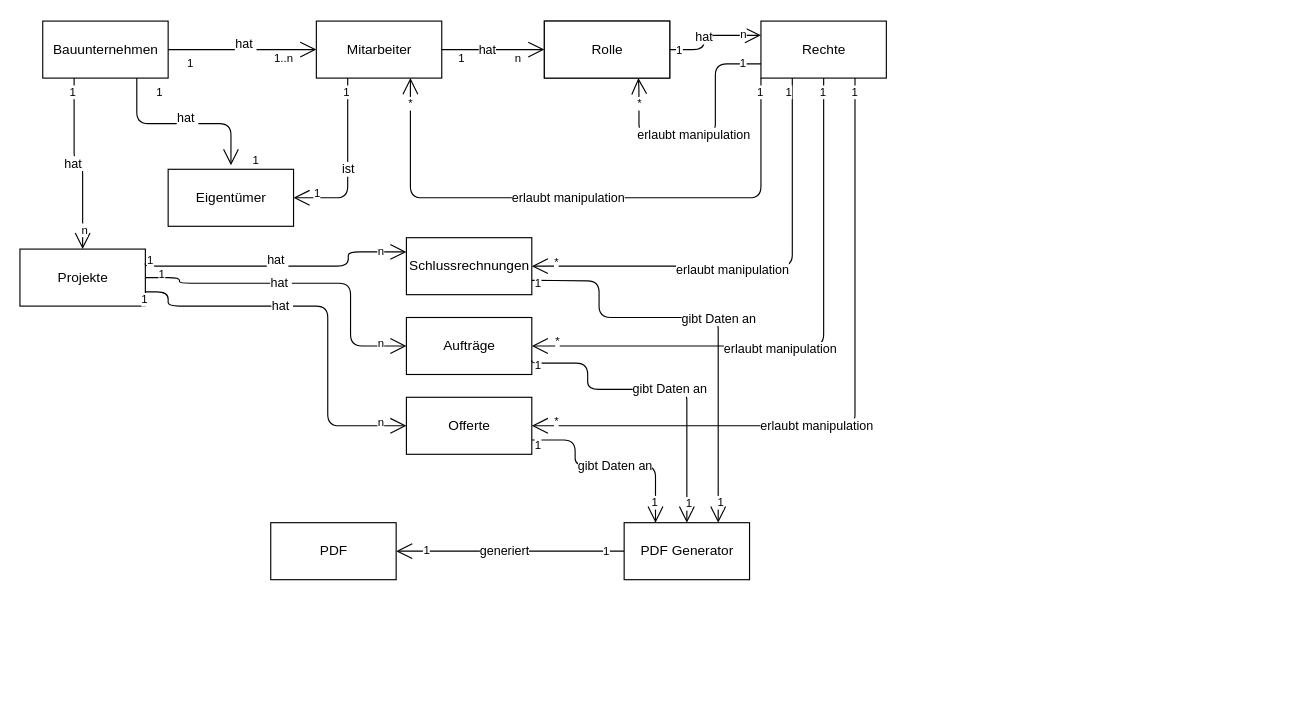
This is Domain model.drawio from UnifiedCalculation/UniCalc_doc, a draw.io file, before an edit. Source tidied: cells renumbered, new cells numbered last; positions are measured from the earlier drawing's top-left corner, leaving out a move shared by most shapes. Both pictures are drawn from the tidied source at 114%, with x=0, y=0 at pixel (19, 21).
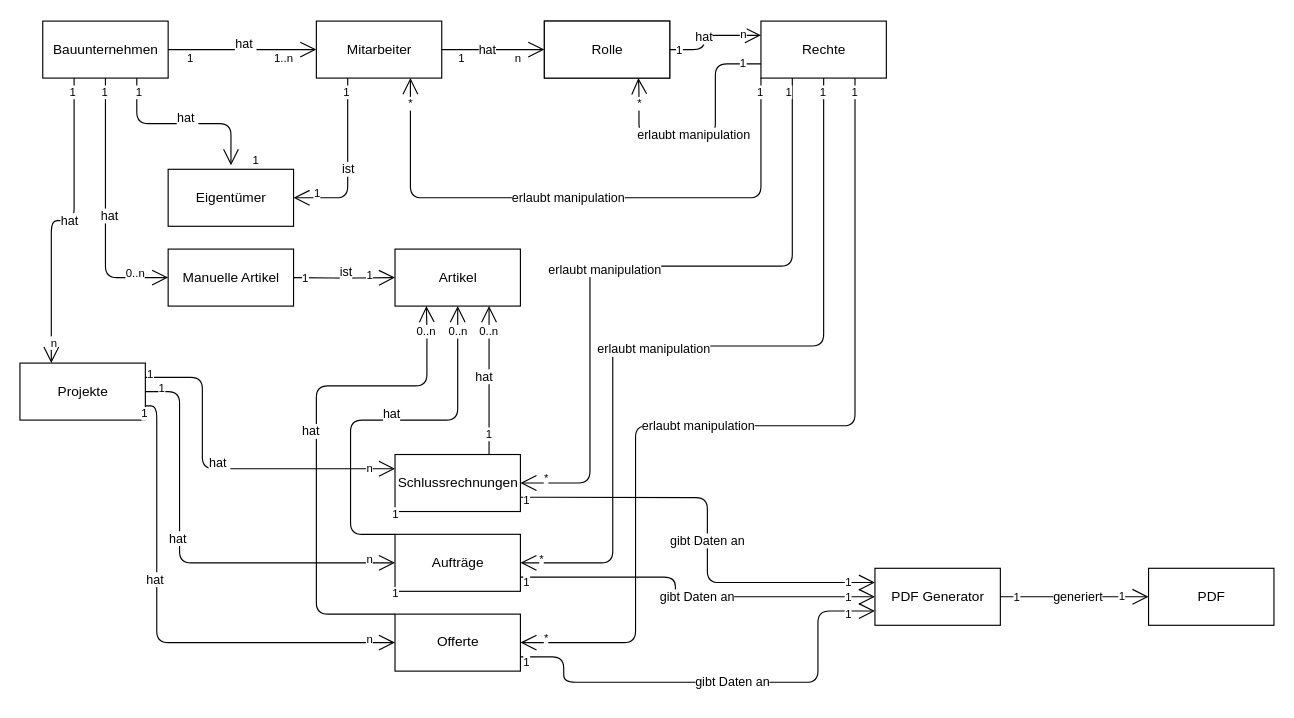
After the change.

Unchanged cells that the change refers to:
```xml
<mxCell id="2" value="Bauunternehmen" style="html=1;" parent="1" vertex="1">
  <mxGeometry x="20" width="110" height="50" as="geometry" />
</mxCell>
<mxCell id="4" value="hat&amp;nbsp;" style="endArrow=open;html=1;endSize=12;startArrow=none;startSize=14;startFill=0;edgeStyle=orthogonalEdgeStyle;exitX=0.75;exitY=1;exitDx=0;exitDy=0;entryX=0.501;entryY=-0.069;entryDx=0;entryDy=0;entryPerimeter=0;" parent="1" edge="1" source="2" target="3">
  <mxGeometry x="0.05" y="5" relative="1" as="geometry" />
</mxCell>
<mxCell id="8" value="hat&amp;nbsp;" style="endArrow=open;html=1;endSize=12;startArrow=none;startSize=14;startFill=0;edgeStyle=orthogonalEdgeStyle;exitX=1;exitY=0.5;exitDx=0;exitDy=0;entryX=0;entryY=0.5;entryDx=0;entryDy=0;" parent="1" edge="1" source="2" target="7">
  <mxGeometry x="0.05" y="5" relative="1" as="geometry" />
</mxCell>
<mxCell id="37" value="Rechte" style="html=1;" parent="1" vertex="1">
  <mxGeometry x="650" width="110" height="50" as="geometry" />
</mxCell>
```

Change to the diagram source:
```diff
@@
     <mxCell id="5" value="1" style="html=1;align=left;verticalAlign=top;labelBackgroundColor=#ffffff;fontSize=10;" parent="4" vertex="1">
       <mxGeometry x="-1" relative="1" as="geometry">
-        <mxPoint x="15" as="offset" />
+        <mxPoint x="-2.5" as="offset" />
       </mxGeometry>
     </mxCell>
@@
     <mxCell id="9" value="1" style="html=1;align=left;verticalAlign=top;labelBackgroundColor=#ffffff;fontSize=10;" parent="8" vertex="1">
       <mxGeometry x="-1" relative="1" as="geometry">
-        <mxPoint x="15" as="offset" />
+        <mxPoint x="15" y="-5" as="offset" />
       </mxGeometry>
     </mxCell>
@@
     <mxCell id="18" value="Projekte" style="html=1;" parent="1" vertex="1">
-      <mxGeometry y="200" width="110" height="50" as="geometry" />
+      <mxGeometry y="300" width="110" height="50" as="geometry" />
     </mxCell>
-    <mxCell id="19" value="hat&amp;nbsp;" style="endArrow=open;html=1;endSize=12;startArrow=none;startSize=14;startFill=0;edgeStyle=orthogonalEdgeStyle;exitX=0.25;exitY=1;exitDx=0;exitDy=0;entryX=0.5;entryY=0;entryDx=0;entryDy=0;" parent="1" edge="1" source="2" target="18">
-      <mxGeometry x="-0.05" relative="1" as="geometry" />
+    <mxCell id="19" value="hat&amp;nbsp;" style="endArrow=open;html=1;endSize=12;startArrow=none;startSize=14;startFill=0;edgeStyle=orthogonalEdgeStyle;exitX=0.25;exitY=1;exitDx=0;exitDy=0;entryX=0.25;entryY=0;entryDx=0;entryDy=0;" parent="1" edge="1" source="2" target="18">
+      <mxGeometry x="-0.05" relative="1" as="geometry">
+        <Array as="points">
+          <mxPoint x="47" y="175" />
+          <mxPoint x="28" y="175" />
+          <mxPoint x="28" y="300" />
+        </Array>
+      </mxGeometry>
     </mxCell>
@@
     <mxCell id="22" value="Offerte" style="html=1;" parent="1" vertex="1">
-      <mxGeometry x="339" y="330" width="110" height="50" as="geometry" />
+      <mxGeometry x="329" y="520.2" width="110" height="50" as="geometry" />
     </mxCell>
     <mxCell id="23" value="hat&amp;nbsp;" style="endArrow=open;html=1;endSize=12;startArrow=none;startSize=14;startFill=0;edgeStyle=orthogonalEdgeStyle;entryX=0;entryY=0.5;entryDx=0;entryDy=0;exitX=1;exitY=0.75;exitDx=0;exitDy=0;" parent="1" edge="1" source="18" target="22">
       <mxGeometry x="-0.24" relative="1" as="geometry">
         <Array as="points">
-          <mxPoint x="130" y="238" />
-          <mxPoint x="130" y="250" />
-          <mxPoint x="270" y="250" />
-          <mxPoint x="270" y="355" />
+          <mxPoint x="120" y="337" />
+          <mxPoint x="120" y="545" />
         </Array>
       </mxGeometry>
     </mxCell>
@@
     <mxCell id="26" value="Aufträge" style="html=1;" parent="1" vertex="1">
-      <mxGeometry x="339" y="260" width="110" height="50" as="geometry" />
+      <mxGeometry x="329" y="450.2" width="110" height="50" as="geometry" />
     </mxCell>
     <mxCell id="27" value="hat&amp;nbsp;" style="endArrow=open;html=1;endSize=12;startArrow=none;startSize=14;startFill=0;edgeStyle=orthogonalEdgeStyle;entryX=0;entryY=0.5;entryDx=0;entryDy=0;exitX=1;exitY=0.5;exitDx=0;exitDy=0;" parent="1" edge="1" source="18" target="26">
       <mxGeometry x="-0.14" relative="1" as="geometry">
         <Array as="points">
-          <mxPoint x="140" y="225" />
-          <mxPoint x="140" y="230" />
-          <mxPoint x="290" y="230" />
-          <mxPoint x="290" y="285" />
+          <mxPoint x="140" y="325" />
+          <mxPoint x="140" y="475" />
         </Array>
       </mxGeometry>
     </mxCell>
@@
     <mxCell id="30" value="Schlussrechnungen" style="html=1;" parent="1" vertex="1">
-      <mxGeometry x="339" y="190" width="110" height="50" as="geometry" />
+      <mxGeometry x="329" y="380.2" width="110" height="50" as="geometry" />
     </mxCell>
-    <mxCell id="31" value="hat&amp;nbsp;" style="endArrow=open;html=1;endSize=12;startArrow=none;startSize=14;startFill=0;edgeStyle=orthogonalEdgeStyle;entryX=0;entryY=0.25;entryDx=0;entryDy=0;exitX=1;exitY=0.25;exitDx=0;exitDy=0;" parent="1" edge="1" source="18" target="30">
+    <mxCell id="31" value="hat&amp;nbsp;" style="endArrow=open;html=1;endSize=12;startArrow=none;startSize=14;startFill=0;edgeStyle=orthogonalEdgeStyle;exitX=1;exitY=0.25;exitDx=0;exitDy=0;entryX=0;entryY=0.25;entryDx=0;entryDy=0;" parent="1" edge="1" source="18" target="30">
       <mxGeometry x="-0.03" y="5" relative="1" as="geometry">
         <Array as="points">
-          <mxPoint x="110" y="215" />
-          <mxPoint x="288" y="215" />
-          <mxPoint x="288" y="202" />
-          <mxPoint x="339" y="202" />
+          <mxPoint x="160" y="312" />
+          <mxPoint x="160" y="393" />
         </Array>
       </mxGeometry>
     </mxCell>
@@
     <mxCell id="34" value="erlaubt manipulation" style="endArrow=open;html=1;endSize=12;startArrow=none;startSize=14;startFill=0;edgeStyle=orthogonalEdgeStyle;exitX=0.25;exitY=1;exitDx=0;exitDy=0;entryX=1;entryY=0.5;entryDx=0;entryDy=0;" parent="1" edge="1" source="37" target="30">
       <mxGeometry x="0.11" y="3" relative="1" as="geometry">
         <Array as="points">
-          <mxPoint x="677" y="215" />
+          <mxPoint x="678" y="215" />
+          <mxPoint x="500" y="215" />
+          <mxPoint x="500" y="405" />
         </Array>
       </mxGeometry>
     </mxCell>
@@
-    <mxCell id="42" value="erlaubt manipulation" style="endArrow=open;html=1;endSize=12;startArrow=none;startSize=14;startFill=0;edgeStyle=orthogonalEdgeStyle;exitX=0.5;exitY=1;exitDx=0;exitDy=0;" parent="1" edge="1" source="37">
+    <mxCell id="42" value="erlaubt manipulation" style="endArrow=open;html=1;endSize=12;startArrow=none;startSize=14;startFill=0;edgeStyle=orthogonalEdgeStyle;exitX=0.5;exitY=1;exitDx=0;exitDy=0;entryX=1;entryY=0.5;entryDx=0;entryDy=0;" parent="1" edge="1" source="37" target="26">
       <mxGeometry x="0.11" y="3" relative="1" as="geometry">
-        <mxPoint x="449" y="285" as="targetPoint" />
         <Array as="points">
           <mxPoint x="705" y="285" />
+          <mxPoint x="520" y="285" />
+          <mxPoint x="520" y="475" />
         </Array>
       </mxGeometry>
     </mxCell>
@@
     <mxCell id="44" value="*" style="html=1;align=right;verticalAlign=top;labelBackgroundColor=#ffffff;fontSize=10;" parent="42" vertex="1">
       <mxGeometry x="1" relative="1" as="geometry">
-        <mxPoint x="24.9" y="-16.5" as="offset" />
+        <mxPoint x="21.2" y="-15.2" as="offset" />
       </mxGeometry>
     </mxCell>
     <mxCell id="45" value="erlaubt manipulation" style="endArrow=open;html=1;endSize=12;startArrow=none;startSize=14;startFill=0;edgeStyle=orthogonalEdgeStyle;exitX=0.75;exitY=1;exitDx=0;exitDy=0;entryX=1;entryY=0.5;entryDx=0;entryDy=0;" parent="1" edge="1" source="37" target="22">
       <mxGeometry x="0.04" y="-33" relative="1" as="geometry">
         <Array as="points">
           <mxPoint x="733" y="355" />
+          <mxPoint x="540" y="355" />
+          <mxPoint x="540" y="545" />
         </Array>
         <mxPoint x="-33" y="33" as="offset" />
       </mxGeometry>
     </mxCell>
@@
     <mxCell id="48" value="PDF" style="html=1;" parent="1" vertex="1">
-      <mxGeometry x="220" y="440" width="110" height="50" as="geometry" />
+      <mxGeometry x="990" y="480" width="110" height="50" as="geometry" />
     </mxCell>
     <mxCell id="49" value="PDF Generator" style="html=1;" parent="1" vertex="1">
-      <mxGeometry x="530" y="440" width="110" height="50" as="geometry" />
+      <mxGeometry x="750" y="480" width="110" height="50" as="geometry" />
     </mxCell>
-    <mxCell id="50" value="gibt Daten an" style="endArrow=open;html=1;endSize=12;startArrow=none;startSize=14;startFill=0;edgeStyle=orthogonalEdgeStyle;exitX=1;exitY=0.75;exitDx=0;exitDy=0;entryX=0.25;entryY=0;entryDx=0;entryDy=0;" parent="1" edge="1" source="22" target="49">
+    <mxCell id="50" value="gibt Daten an" style="endArrow=open;html=1;endSize=12;startArrow=none;startSize=14;startFill=0;edgeStyle=orthogonalEdgeStyle;exitX=1;exitY=0.75;exitDx=0;exitDy=0;entryX=0;entryY=0.75;entryDx=0;entryDy=0;" parent="1" edge="1" source="22" target="49">
       <mxGeometry x="0.05" relative="1" as="geometry">
         <Array as="points">
-          <mxPoint x="487" y="367" />
-          <mxPoint x="487" y="390" />
-          <mxPoint x="557" y="390" />
+          <mxPoint x="477" y="558" />
+          <mxPoint x="477" y="580" />
+          <mxPoint x="700" y="580" />
+          <mxPoint x="700" y="518" />
         </Array>
       </mxGeometry>
     </mxCell>
@@
     <mxCell id="52" value="1" style="html=1;align=right;verticalAlign=top;labelBackgroundColor=#ffffff;fontSize=10;" parent="50" vertex="1">
       <mxGeometry x="1" relative="1" as="geometry">
-        <mxPoint x="2.5" y="-30" as="offset" />
+        <mxPoint x="-19.9" y="-9.5" as="offset" />
       </mxGeometry>
     </mxCell>
-    <mxCell id="53" value="gibt Daten an" style="endArrow=open;html=1;endSize=12;startArrow=none;startSize=14;startFill=0;edgeStyle=orthogonalEdgeStyle;exitX=1;exitY=0.75;exitDx=0;exitDy=0;entryX=0.5;entryY=0;entryDx=0;entryDy=0;" parent="1" edge="1" source="26" target="49">
+    <mxCell id="53" value="gibt Daten an" style="endArrow=open;html=1;endSize=12;startArrow=none;startSize=14;startFill=0;edgeStyle=orthogonalEdgeStyle;exitX=1;exitY=0.75;exitDx=0;exitDy=0;entryX=0;entryY=0.5;entryDx=0;entryDy=0;" parent="1" edge="1" source="26" target="49">
       <mxGeometry x="0.05" relative="1" as="geometry">
         <Array as="points">
-          <mxPoint x="449" y="300" />
-          <mxPoint x="498" y="300" />
-          <mxPoint x="498" y="323" />
-          <mxPoint x="585" y="323" />
+          <mxPoint x="575" y="488" />
+          <mxPoint x="575" y="505" />
         </Array>
       </mxGeometry>
     </mxCell>
@@
     <mxCell id="55" value="1" style="html=1;align=right;verticalAlign=top;labelBackgroundColor=#ffffff;fontSize=10;" parent="53" vertex="1">
       <mxGeometry x="1" relative="1" as="geometry">
-        <mxPoint x="5" y="-30" as="offset" />
+        <mxPoint x="-20.1" y="-12" as="offset" />
       </mxGeometry>
     </mxCell>
-    <mxCell id="56" value="gibt Daten an" style="endArrow=open;html=1;endSize=12;startArrow=none;startSize=14;startFill=0;edgeStyle=orthogonalEdgeStyle;entryX=0.75;entryY=0;entryDx=0;entryDy=0;exitX=1;exitY=0.75;exitDx=0;exitDy=0;" parent="1" edge="1" source="30" target="49">
+    <mxCell id="56" value="gibt Daten an" style="endArrow=open;html=1;endSize=12;startArrow=none;startSize=14;startFill=0;edgeStyle=orthogonalEdgeStyle;entryX=0;entryY=0.25;entryDx=0;entryDy=0;exitX=1;exitY=0.75;exitDx=0;exitDy=0;" parent="1" edge="1" source="30" target="49">
       <mxGeometry x="0.05" relative="1" as="geometry">
         <Array as="points">
-          <mxPoint x="459" y="228" />
-          <mxPoint x="508" y="228" />
-          <mxPoint x="508" y="260" />
-          <mxPoint x="613" y="260" />
-          <mxPoint x="613" y="440" />
+          <mxPoint x="449" y="418" />
+          <mxPoint x="498" y="418" />
+          <mxPoint x="603" y="418" />
+          <mxPoint x="603" y="493" />
         </Array>
       </mxGeometry>
     </mxCell>
@@
     <mxCell id="58" value="1" style="html=1;align=right;verticalAlign=top;labelBackgroundColor=#ffffff;fontSize=10;" parent="56" vertex="1">
       <mxGeometry x="1" relative="1" as="geometry">
-        <mxPoint x="5" y="-30" as="offset" />
+        <mxPoint x="-20.2" y="-12.5" as="offset" />
       </mxGeometry>
     </mxCell>
-    <mxCell id="59" value="generiert" style="endArrow=open;html=1;endSize=12;startArrow=none;startSize=14;startFill=0;edgeStyle=orthogonalEdgeStyle;exitX=0;exitY=0.5;exitDx=0;exitDy=0;entryX=1;entryY=0.5;entryDx=0;entryDy=0;" parent="1" edge="1" source="49" target="48">
+    <mxCell id="59" value="generiert" style="endArrow=open;html=1;endSize=12;startArrow=none;startSize=14;startFill=0;edgeStyle=orthogonalEdgeStyle;exitX=1;exitY=0.5;exitDx=0;exitDy=0;entryX=0;entryY=0.5;entryDx=0;entryDy=0;" parent="1" edge="1" source="49" target="48">
       <mxGeometry x="0.05" relative="1" as="geometry">
         <Array as="points">
-          <mxPoint x="530" y="465" />
+          <mxPoint x="910" y="505" />
+          <mxPoint x="910" y="505" />
         </Array>
       </mxGeometry>
     </mxCell>
     <mxCell id="60" value="1" style="html=1;align=left;verticalAlign=top;labelBackgroundColor=#ffffff;fontSize=10;" parent="59" vertex="1">
       <mxGeometry x="-1" relative="1" as="geometry">
-        <mxPoint x="-20" y="-12.5" as="offset" />
+        <mxPoint x="10" y="-12.5" as="offset" />
       </mxGeometry>
     </mxCell>
     <mxCell id="61" value="1" style="html=1;align=right;verticalAlign=top;labelBackgroundColor=#ffffff;fontSize=10;" parent="59" vertex="1">
       <mxGeometry x="1" relative="1" as="geometry">
-        <mxPoint x="30" y="-13" as="offset" />
+        <mxPoint x="-20" y="-13" as="offset" />
       </mxGeometry>
     </mxCell>
@@
+    <mxCell id="68" value="Artikel" style="html=1;" parent="1" vertex="1">
+      <mxGeometry x="329" y="200" width="110" height="50" as="geometry" />
+    </mxCell>
+    <mxCell id="69" value="Manuelle Artikel" style="html=1;" parent="1" vertex="1">
+      <mxGeometry x="130" y="200" width="110" height="50" as="geometry" />
+    </mxCell>
+    <mxCell id="70" value="hat&amp;nbsp;" style="endArrow=open;html=1;endSize=12;startArrow=none;startSize=14;startFill=0;edgeStyle=orthogonalEdgeStyle;exitX=0.5;exitY=1;exitDx=0;exitDy=0;entryX=0;entryY=0.5;entryDx=0;entryDy=0;" parent="1" edge="1" source="2" target="69">
+      <mxGeometry x="0.05" y="5" relative="1" as="geometry" />
+    </mxCell>
+    <mxCell id="71" value="1" style="html=1;align=left;verticalAlign=top;labelBackgroundColor=#ffffff;fontSize=10;" parent="70" vertex="1">
+      <mxGeometry x="-1" relative="1" as="geometry">
+        <mxPoint x="-5" as="offset" />
+      </mxGeometry>
+    </mxCell>
+    <mxCell id="72" value="0..n" style="html=1;align=right;verticalAlign=top;labelBackgroundColor=#ffffff;fontSize=10;" parent="70" vertex="1">
+      <mxGeometry x="1" relative="1" as="geometry">
+        <mxPoint x="-20.3" y="-16.5" as="offset" />
+      </mxGeometry>
+    </mxCell>
+    <mxCell id="73" value="ist" style="endArrow=open;html=1;endSize=12;startArrow=none;startSize=14;startFill=0;edgeStyle=orthogonalEdgeStyle;entryX=0;entryY=0.5;entryDx=0;entryDy=0;" parent="1" edge="1" target="68">
+      <mxGeometry x="0.05" y="5" relative="1" as="geometry">
+        <mxPoint x="240" y="225" as="sourcePoint" />
+      </mxGeometry>
+    </mxCell>
+    <mxCell id="74" value="1" style="html=1;align=left;verticalAlign=top;labelBackgroundColor=#ffffff;fontSize=10;" parent="73" vertex="1">
+      <mxGeometry x="-1" relative="1" as="geometry">
+        <mxPoint x="6" y="-12" as="offset" />
+      </mxGeometry>
+    </mxCell>
+    <mxCell id="75" value="1" style="html=1;align=right;verticalAlign=top;labelBackgroundColor=#ffffff;fontSize=10;" parent="73" vertex="1">
+      <mxGeometry x="1" relative="1" as="geometry">
+        <mxPoint x="-19.3" y="-14.5" as="offset" />
+      </mxGeometry>
+    </mxCell>
+    <mxCell id="76" value="hat" style="endArrow=open;html=1;endSize=12;startArrow=none;startSize=14;startFill=0;edgeStyle=orthogonalEdgeStyle;entryX=0.75;entryY=1;entryDx=0;entryDy=0;exitX=0.75;exitY=0;exitDx=0;exitDy=0;" parent="1" edge="1" source="30" target="68">
+      <mxGeometry x="0.05" y="5" relative="1" as="geometry" />
+    </mxCell>
+    <mxCell id="77" value="1" style="html=1;align=left;verticalAlign=top;labelBackgroundColor=#ffffff;fontSize=10;" parent="76" vertex="1">
+      <mxGeometry x="-1" relative="1" as="geometry">
+        <mxPoint x="-4.5" y="-30.2" as="offset" />
+      </mxGeometry>
+    </mxCell>
+    <mxCell id="78" value="0..n" style="html=1;align=right;verticalAlign=top;labelBackgroundColor=#ffffff;fontSize=10;" parent="76" vertex="1">
+      <mxGeometry x="1" relative="1" as="geometry">
+        <mxPoint x="8.5" y="10.2" as="offset" />
+      </mxGeometry>
+    </mxCell>
+    <mxCell id="79" value="hat" style="endArrow=open;html=1;endSize=12;startArrow=none;startSize=14;startFill=0;edgeStyle=orthogonalEdgeStyle;entryX=0.5;entryY=1;entryDx=0;entryDy=0;exitX=0;exitY=0;exitDx=0;exitDy=0;" parent="1" edge="1" source="26" target="68">
+      <mxGeometry x="0.05" y="5" relative="1" as="geometry">
+        <Array as="points">
+          <mxPoint x="290" y="450" />
+          <mxPoint x="290" y="350" />
+          <mxPoint x="384" y="350" />
+        </Array>
+      </mxGeometry>
+    </mxCell>
+    <mxCell id="80" value="1" style="html=1;align=left;verticalAlign=top;labelBackgroundColor=#ffffff;fontSize=10;" parent="79" vertex="1">
+      <mxGeometry x="-1" relative="1" as="geometry">
+        <mxPoint x="-4.5" y="-30.2" as="offset" />
+      </mxGeometry>
+    </mxCell>
+    <mxCell id="81" value="0..n" style="html=1;align=right;verticalAlign=top;labelBackgroundColor=#ffffff;fontSize=10;" parent="79" vertex="1">
+      <mxGeometry x="1" relative="1" as="geometry">
+        <mxPoint x="8.5" y="10.2" as="offset" />
+      </mxGeometry>
+    </mxCell>
+    <mxCell id="82" value="hat" style="endArrow=open;html=1;endSize=12;startArrow=none;startSize=14;startFill=0;edgeStyle=orthogonalEdgeStyle;entryX=0.25;entryY=1;entryDx=0;entryDy=0;exitX=0;exitY=0;exitDx=0;exitDy=0;" parent="1" edge="1" source="22" target="68">
+      <mxGeometry x="0.05" y="5" relative="1" as="geometry">
+        <Array as="points">
+          <mxPoint x="260" y="520" />
+          <mxPoint x="260" y="320" />
+          <mxPoint x="357" y="320" />
+          <mxPoint x="357" y="270" />
+          <mxPoint x="357" y="270" />
+        </Array>
+      </mxGeometry>
+    </mxCell>
+    <mxCell id="83" value="1" style="html=1;align=left;verticalAlign=top;labelBackgroundColor=#ffffff;fontSize=10;" parent="82" vertex="1">
+      <mxGeometry x="-1" relative="1" as="geometry">
+        <mxPoint x="-4.5" y="-30.2" as="offset" />
+      </mxGeometry>
+    </mxCell>
+    <mxCell id="84" value="0..n" style="html=1;align=right;verticalAlign=top;labelBackgroundColor=#ffffff;fontSize=10;" parent="82" vertex="1">
+      <mxGeometry x="1" relative="1" as="geometry">
+        <mxPoint x="8.5" y="10.2" as="offset" />
+      </mxGeometry>
+    </mxCell>
```
